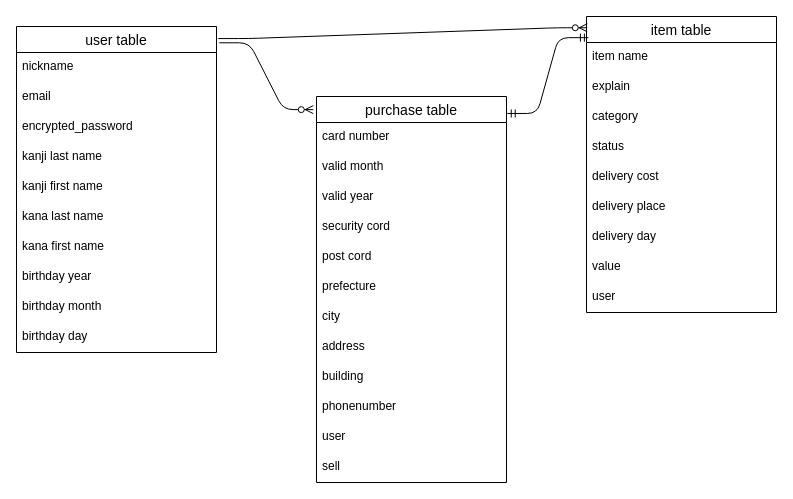
Earlier version of the draw.io diagram furima.dio (Soma1412/furima-37182). Source tidied: cells renumbered, new cells numbered last; positions are measured from the earlier drawing's top-left corner, leaving out a move shared by most shapes. Both pictures are drawn from the tidied source at 100%, with x=0, y=0 at pixel (16, 16).
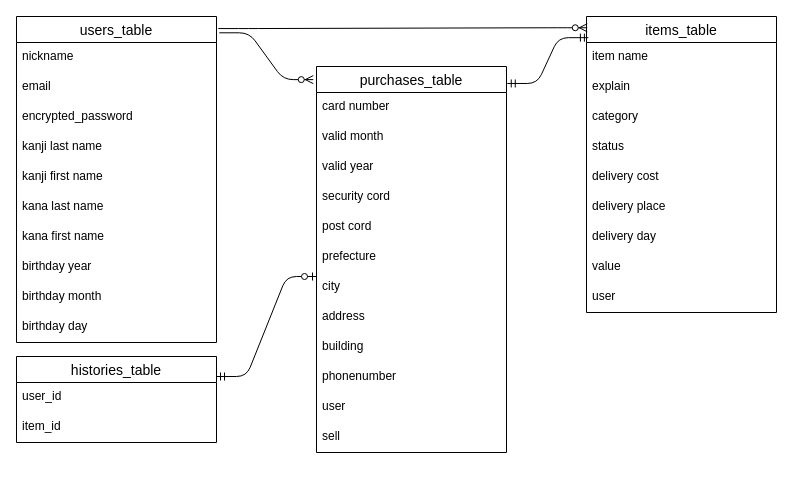
The same diagram, later.

Commit message (it also covers changes not shown here):
コードの訂正

Diff of the diagram source:
```diff
@@
-    <mxCell id="2" value="user table" style="swimlane;fontStyle=0;horizontal=1;startSize=26;align=center;fontSize=14;" parent="1" vertex="1">
-      <mxGeometry y="10" width="200" height="326" as="geometry" />
+    <mxCell id="2" value="users_table" style="swimlane;fontStyle=0;horizontal=1;startSize=26;align=center;fontSize=14;" parent="1" vertex="1">
+      <mxGeometry width="200" height="326" as="geometry" />
     </mxCell>
@@
-    <mxCell id="13" value="item table" style="swimlane;fontStyle=0;horizontal=1;startSize=26;align=center;fontSize=14;" parent="1" vertex="1">
+    <mxCell id="13" value="items_table" style="swimlane;fontStyle=0;horizontal=1;startSize=26;align=center;fontSize=14;" parent="1" vertex="1">
       <mxGeometry x="570" width="190" height="296" as="geometry" />
     </mxCell>
@@
-    <mxCell id="23" value="purchase table" style="swimlane;fontStyle=0;horizontal=1;startSize=26;align=center;fontSize=14;" parent="1" vertex="1">
-      <mxGeometry x="300" y="80" width="190" height="386" as="geometry" />
+    <mxCell id="23" value="purchases_table" style="swimlane;fontStyle=0;horizontal=1;startSize=26;align=center;fontSize=14;" parent="1" vertex="1">
+      <mxGeometry x="300" y="50" width="190" height="386" as="geometry" />
     </mxCell>
@@
+    <mxCell id="39" value="histories_table" style="swimlane;fontStyle=0;horizontal=1;startSize=26;align=center;fontSize=14;" parent="1" vertex="1">
+      <mxGeometry y="340" width="200" height="86" as="geometry" />
+    </mxCell>
+    <mxCell id="40" value="user_id" style="text;strokeColor=none;fillColor=none;spacingLeft=4;spacingRight=4;overflow=hidden;fontSize=12;" parent="39" vertex="1">
+      <mxGeometry y="26" width="200" height="30" as="geometry" />
+    </mxCell>
+    <mxCell id="41" value="item_id" style="text;strokeColor=none;fillColor=none;spacingLeft=4;spacingRight=4;overflow=hidden;fontSize=12;" parent="39" vertex="1">
+      <mxGeometry y="56" width="200" height="30" as="geometry" />
+    </mxCell>
+    <mxCell id="42" style="edgeStyle=entityRelationEdgeStyle;fontSize=12;html=1;endArrow=ERzeroToOne;startArrow=ERmandOne;" parent="1" edge="1">
+      <mxGeometry relative="1" as="geometry">
+        <mxPoint x="200" y="360" as="sourcePoint" />
+        <mxPoint x="300" y="260" as="targetPoint" />
+      </mxGeometry>
+    </mxCell>
```
